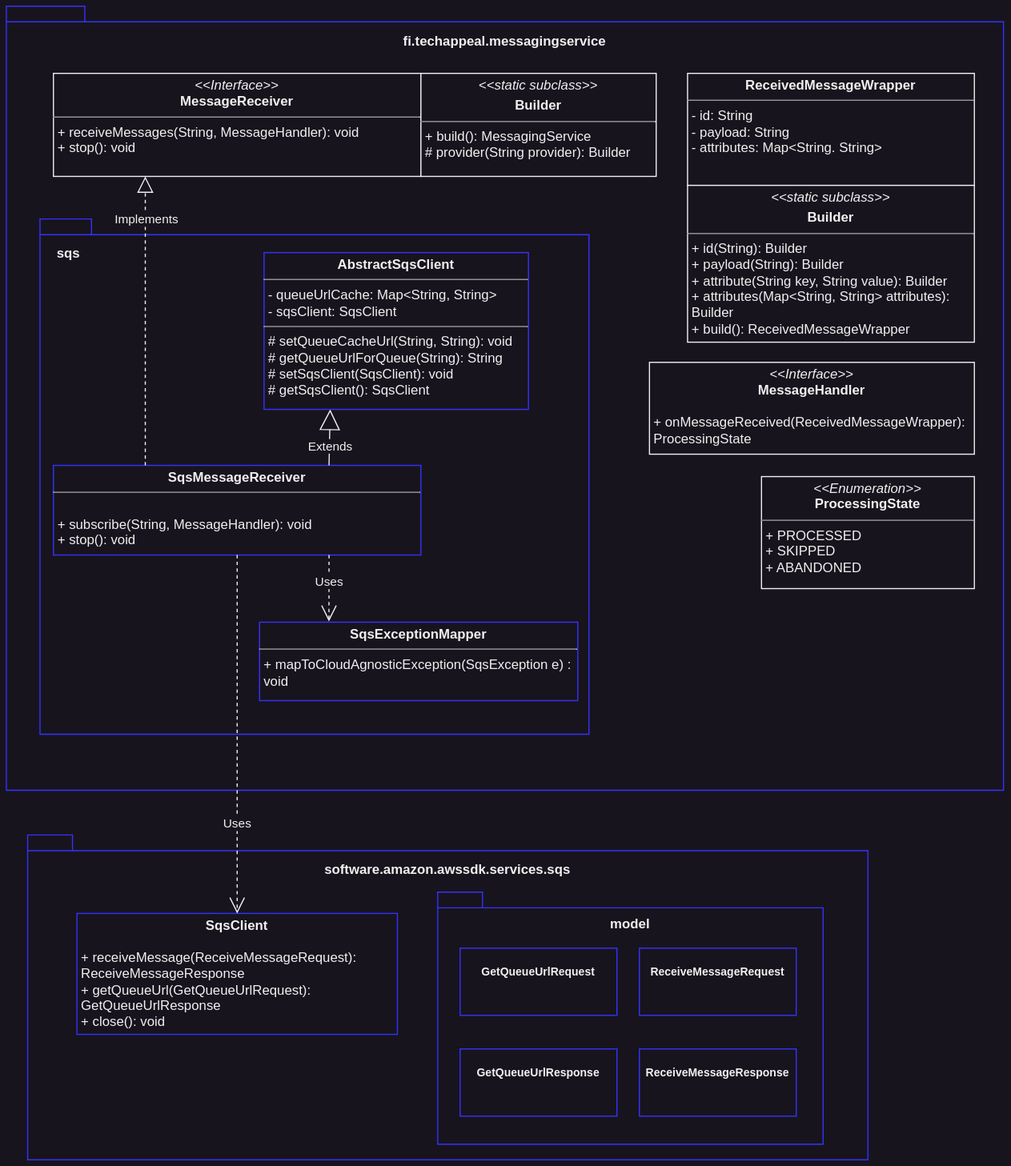
The draw.io diagram assets/receiver_sqs_class_diagram.svg in lampsa/messaging-service, before a commit. Source tidied: cells renumbered, new cells last; positions are measured from the earlier drawing's top-left corner, leaving out a move shared by most shapes.
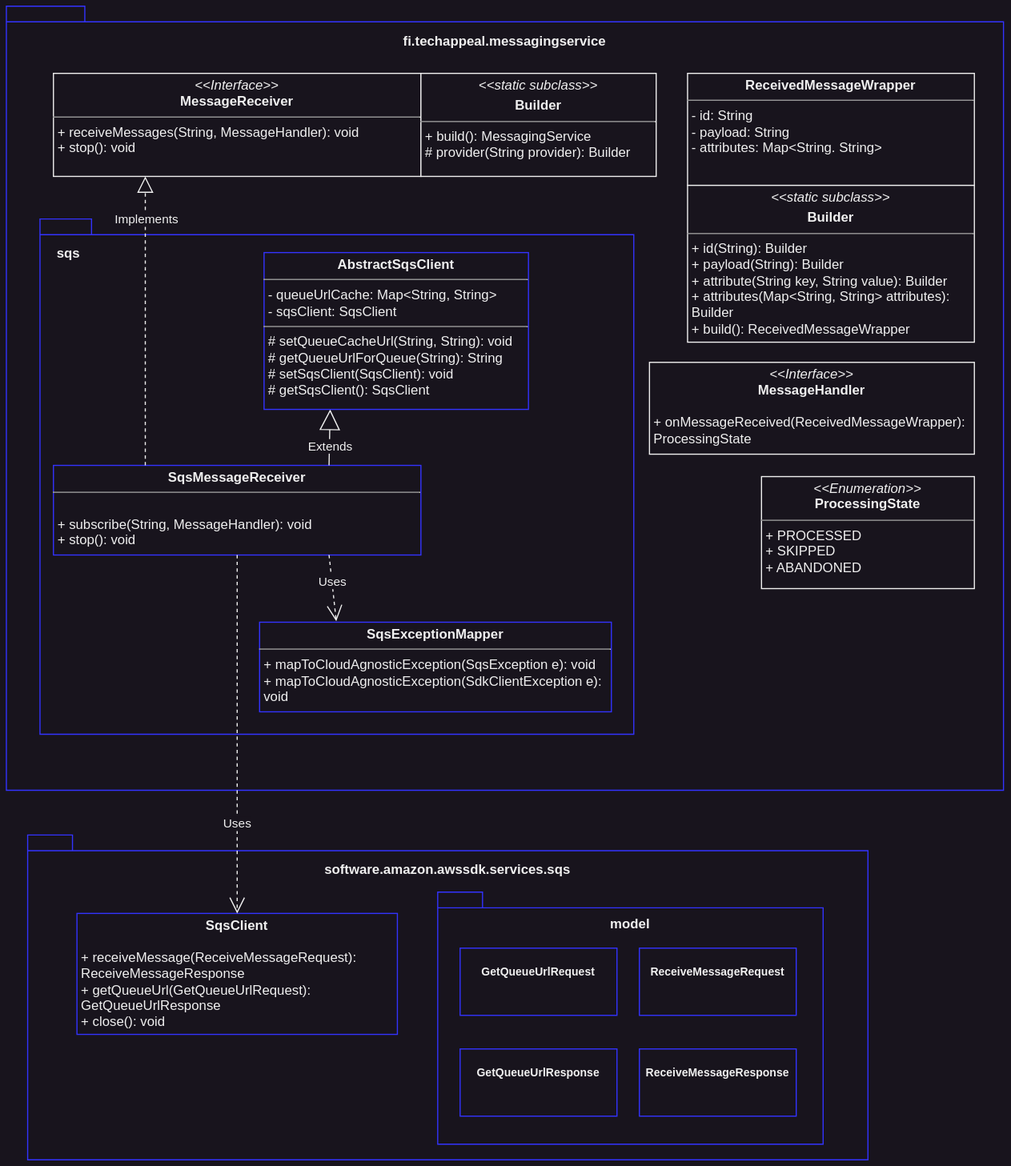
Above is the later version.

Commit message:
added handler for sdk client exception

The edit, as a diff of the source:
```diff
@@ -33,7 +33,7 @@
       <mxGeometry x="608" y="60" width="256" height="100" as="geometry" />
     </mxCell>
     <mxCell id="12" value="sqs" style="shape=folder;fontStyle=1;spacingTop=0;tabWidth=40;tabHeight=14;tabPosition=left;html=1;labelPosition=left;verticalLabelPosition=top;align=right;verticalAlign=bottom;spacingLeft=0;spacingBottom=-38;spacing=0;spacingRight=-35;strokeColor=#3333FF;" parent="1" vertex="1">
-      <mxGeometry x="30" y="190" width="490" height="460" as="geometry" />
+      <mxGeometry x="30" y="190" width="530" height="460" as="geometry" />
     </mxCell>
     <mxCell id="13" value="&lt;p style=&quot;margin:0px;margin-top:4px;text-align:center;&quot;&gt;&lt;b&gt;SqsMessageReceiver&lt;/b&gt;&lt;/p&gt;&lt;hr size=&quot;1&quot;&gt;&lt;p style=&quot;margin:0px;margin-left:4px;&quot;&gt;&lt;br&gt;&lt;/p&gt;&lt;p style=&quot;margin: 0px 0px 0px 4px;&quot;&gt;+ subscribe(String, MessageHandler): void&lt;/p&gt;&lt;p style=&quot;margin: 0px 0px 0px 4px;&quot;&gt;+ stop(): void&lt;/p&gt;" style="verticalAlign=top;align=left;overflow=fill;fontSize=12;fontFamily=Helvetica;html=1;whiteSpace=wrap;strokeColor=#3333FF;" parent="1" vertex="1">
       <mxGeometry x="42" y="410" width="328" height="80" as="geometry" />
@@ -49,8 +49,8 @@
     <mxCell id="16" value="Uses" style="endArrow=open;endSize=12;dashed=1;html=1;rounded=0;exitX=0.5;exitY=1;exitDx=0;exitDy=0;entryX=0.5;entryY=0;entryDx=0;entryDy=0;" parent="1" edge="1" source="13" target="5">
       <mxGeometry x="0.5" relative="1" as="geometry" />
     </mxCell>
-    <mxCell id="17" value="&lt;p style=&quot;margin:0px;margin-top:4px;text-align:center;&quot;&gt;&lt;b&gt;SqsExceptionMapper&lt;/b&gt;&lt;/p&gt;&lt;hr size=&quot;1&quot;&gt;&lt;p style=&quot;margin: 0px 0px 0px 4px;&quot;&gt;+&amp;nbsp;mapToCloudAgnosticException(SqsException e) : void&lt;/p&gt;" style="verticalAlign=top;align=left;overflow=fill;fontSize=12;fontFamily=Helvetica;html=1;whiteSpace=wrap;strokeColor=#3333FF;" parent="1" vertex="1">
-      <mxGeometry x="226" y="550" width="284" height="70" as="geometry" />
+    <mxCell id="17" value="&lt;p style=&quot;margin:0px;margin-top:4px;text-align:center;&quot;&gt;&lt;b&gt;SqsExceptionMapper&lt;/b&gt;&lt;/p&gt;&lt;hr size=&quot;1&quot;&gt;&lt;p style=&quot;margin: 0px 0px 0px 4px;&quot;&gt;+&amp;nbsp;mapToCloudAgnosticException(SqsException e): void&lt;/p&gt;&lt;p style=&quot;margin: 0px 0px 0px 4px;&quot;&gt;+ mapToCloudAgnosticException(SdkClientException e): void&lt;/p&gt;" style="verticalAlign=top;align=left;overflow=fill;fontSize=12;fontFamily=Helvetica;html=1;whiteSpace=wrap;strokeColor=#3333FF;" parent="1" vertex="1">
+      <mxGeometry x="226" y="550" width="314" height="80" as="geometry" />
     </mxCell>
     <mxCell id="18" value="Uses" style="endArrow=open;endSize=12;dashed=1;html=1;rounded=0;exitX=0.75;exitY=1;exitDx=0;exitDy=0;entryX=0.218;entryY=-0.011;entryDx=0;entryDy=0;entryPerimeter=0;" parent="1" edge="1" source="13" target="17">
       <mxGeometry x="-0.19" relative="1" as="geometry" />
```
